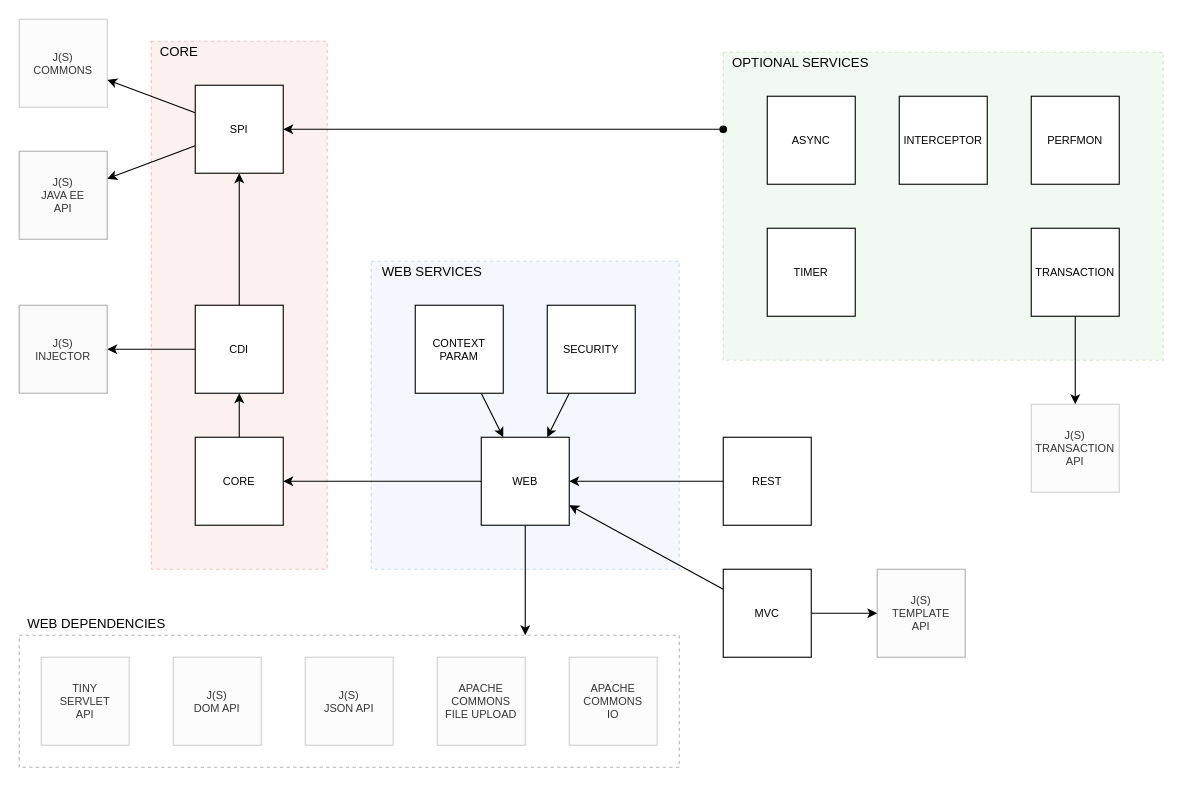
Before: page "Components" (1 of 10) of docs/container.drawio in js-lib-com/tiny-container, a draw.io diagram. Source tidied: cells renumbered, new cells numbered last; positions are measured from the earlier drawing's top-left corner, leaving out a move shared by most shapes. Both pictures are drawn from the tidied source at 110%, with x=0, y=0 at pixel (19, 19).
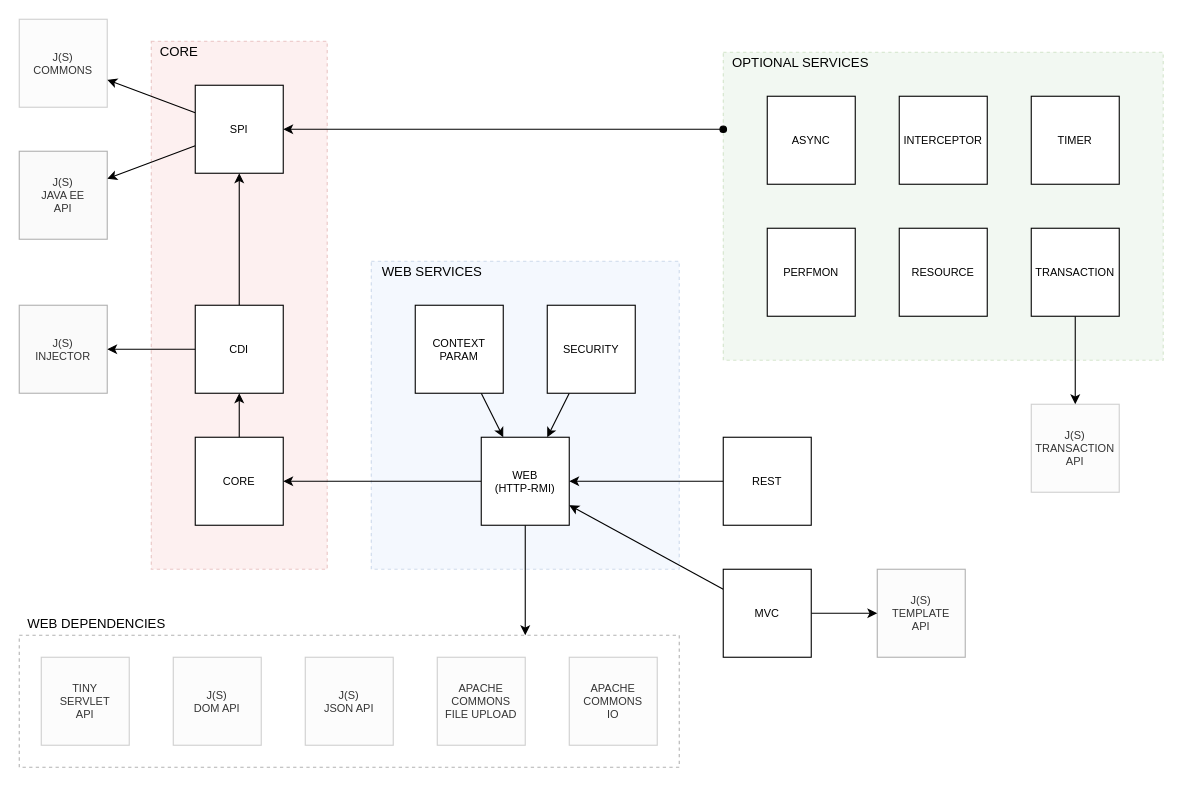
After the change.

The edit, as a diff of the source:
```diff
@@
     <mxCell id="19" value="PERFMON" style="whiteSpace=wrap;html=1;fontSize=10;" parent="1" vertex="1">
-      <mxGeometry x="920" y="70" width="80" height="80" as="geometry" />
+      <mxGeometry x="680" y="190" width="80" height="80" as="geometry" />
     </mxCell>
@@
     <mxCell id="26" value="TIMER" style="whiteSpace=wrap;html=1;fontSize=10;" parent="1" vertex="1">
-      <mxGeometry x="680" y="190" width="80" height="80" as="geometry" />
+      <mxGeometry x="920" y="70" width="80" height="80" as="geometry" />
     </mxCell>
@@
-    <mxCell id="31" value="WEB" style="whiteSpace=wrap;html=1;fontSize=10;" parent="1" vertex="1">
+    <mxCell id="31" value="WEB&lt;br&gt;(HTTP-RMI)" style="whiteSpace=wrap;html=1;fontSize=10;" parent="1" vertex="1">
       <mxGeometry x="420" y="380" width="80" height="80" as="geometry" />
     </mxCell>
@@
+    <mxCell id="47" value="RESOURCE" style="whiteSpace=wrap;html=1;fontSize=10;" parent="1" vertex="1">
+      <mxGeometry x="800" y="190" width="80" height="80" as="geometry" />
+    </mxCell>
```
